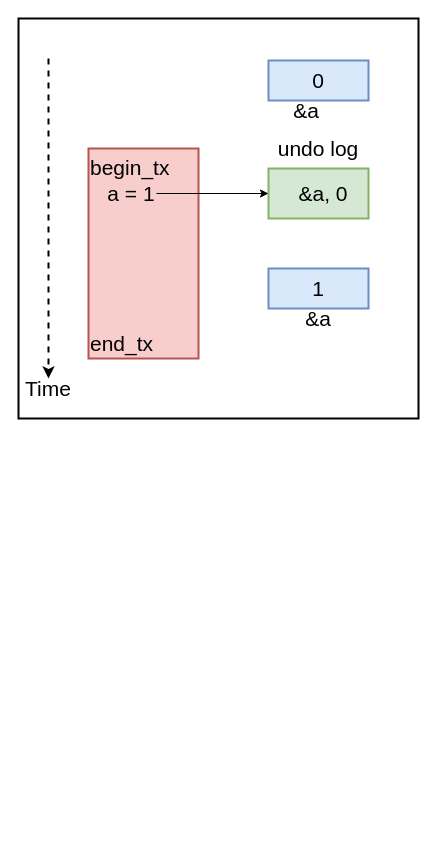
Before: system_diagram.drawio in arunkp1986/CAR3S, a draw.io diagram. Source tidied: cells renumbered, new cells numbered last; positions are measured from the earlier drawing's top-left corner, leaving out a move shared by most shapes. Both pictures are drawn from the tidied source at 100%, with x=0, y=0 at pixel (18, 18).
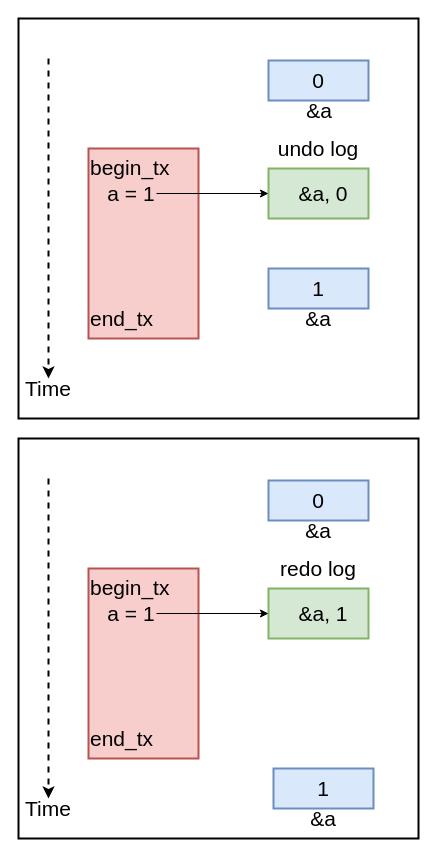
The same page after the edit.

The edit, as a diff of the source:
```diff
@@
-    <mxCell id="4" value="begin_tx&lt;br style=&quot;font-size: 21px&quot;&gt;&amp;nbsp;&lt;br&gt;&lt;br&gt;&lt;br&gt;&lt;br&gt;&lt;br&gt;&lt;br style=&quot;font-size: 21px&quot;&gt;&lt;div&gt;&lt;span&gt;end_tx&lt;/span&gt;&lt;/div&gt;" style="text;html=1;fillColor=#f8cecc;align=left;verticalAlign=top;whiteSpace=wrap;rounded=0;fontSize=21;strokeWidth=2;strokeColor=#b85450;" parent="1" vertex="1">
-      <mxGeometry x="70" y="130" width="110" height="210" as="geometry" />
+    <mxCell id="4" value="begin_tx&lt;br style=&quot;font-size: 21px&quot;&gt;&amp;nbsp;&lt;br&gt;&lt;br&gt;&lt;br&gt;&lt;br&gt;&lt;br&gt;&lt;span&gt;end_tx&lt;/span&gt;" style="text;html=1;fillColor=#f8cecc;align=left;verticalAlign=top;whiteSpace=wrap;rounded=0;fontSize=21;strokeWidth=2;strokeColor=#b85450;" parent="1" vertex="1">
+      <mxGeometry x="70" y="130" width="110" height="190" as="geometry" />
     </mxCell>
     <mxCell id="5" value="&amp;amp;a" style="text;html=1;strokeColor=none;fillColor=none;align=center;verticalAlign=middle;whiteSpace=wrap;rounded=0;fontSize=21;" parent="1" vertex="1">
-      <mxGeometry x="268" y="82" width="40" height="20" as="geometry" />
+      <mxGeometry x="281" y="82" width="40" height="20" as="geometry" />
     </mxCell>
@@
+    <mxCell id="15" style="whiteSpace=wrap;html=1;fontSize=21;strokeWidth=2;align=left;" parent="1" vertex="1">
+      <mxGeometry y="420" width="400" height="400" as="geometry" />
+    </mxCell>
+    <mxCell id="16" style="rounded=0;whiteSpace=wrap;html=1;fillColor=#d5e8d4;strokeColor=#82b366;strokeWidth=2;" parent="1" vertex="1">
+      <mxGeometry x="250" y="570" width="100" height="50" as="geometry" />
+    </mxCell>
+    <mxCell id="17" value="begin_tx&lt;br style=&quot;font-size: 21px&quot;&gt;&amp;nbsp;&lt;br&gt;&lt;br&gt;&lt;br&gt;&lt;br&gt;&lt;br&gt;&lt;span&gt;end_tx&lt;/span&gt;" style="text;html=1;fillColor=#f8cecc;align=left;verticalAlign=top;whiteSpace=wrap;rounded=0;fontSize=21;strokeWidth=2;strokeColor=#b85450;" parent="1" vertex="1">
+      <mxGeometry x="70" y="550" width="110" height="190" as="geometry" />
+    </mxCell>
+    <mxCell id="18" value="&amp;amp;a" style="text;html=1;strokeColor=none;fillColor=none;align=center;verticalAlign=middle;whiteSpace=wrap;rounded=0;fontSize=21;" parent="1" vertex="1">
+      <mxGeometry x="280" y="502" width="40" height="20" as="geometry" />
+    </mxCell>
+    <mxCell id="19" style="endArrow=classic;html=1;fontSize=21;strokeWidth=2;dashed=1;" parent="1" edge="1" target="23">
+      <mxGeometry relative="1" as="geometry">
+        <mxPoint x="30" y="460" as="sourcePoint" />
+      </mxGeometry>
+    </mxCell>
+    <mxCell id="20" value="&amp;amp;a, 1" style="text;html=1;strokeColor=none;fillColor=none;align=center;verticalAlign=middle;whiteSpace=wrap;rounded=0;fontSize=21;" parent="1" vertex="1">
+      <mxGeometry x="250" y="585" width="110" height="20" as="geometry" />
+    </mxCell>
+    <mxCell id="21" value="0" style="rounded=0;whiteSpace=wrap;html=1;fontSize=21;strokeWidth=2;fillColor=#dae8fc;strokeColor=#6c8ebf;" parent="1" vertex="1">
+      <mxGeometry x="250" y="462" width="100" height="40" as="geometry" />
+    </mxCell>
+    <mxCell id="22" value="redo log" style="text;html=1;strokeColor=none;fillColor=none;align=center;verticalAlign=middle;whiteSpace=wrap;rounded=0;fontSize=21;" parent="1" vertex="1">
+      <mxGeometry x="250" y="540" width="100" height="20" as="geometry" />
+    </mxCell>
+    <mxCell id="23" value="Time" style="text;html=1;strokeColor=none;fillColor=none;align=center;verticalAlign=middle;whiteSpace=wrap;rounded=0;fontSize=21;" parent="1" vertex="1">
+      <mxGeometry x="10" y="780" width="40" height="20" as="geometry" />
+    </mxCell>
+    <mxCell id="24" style="edgeStyle=orthogonalEdgeStyle;rounded=0;jettySize=auto;html=1;entryX=0;entryY=0.5;entryDx=0;entryDy=0;fontSize=21;" parent="1" edge="1" source="25" target="20">
+      <mxGeometry relative="1" as="geometry" />
+    </mxCell>
+    <mxCell id="25" value="a = 1" style="text;html=1;strokeColor=none;fillColor=none;align=center;verticalAlign=middle;whiteSpace=wrap;rounded=0;fontSize=21;" parent="1" vertex="1">
+      <mxGeometry x="88" y="585" width="50" height="20" as="geometry" />
+    </mxCell>
+    <mxCell id="26" value="1" style="rounded=0;whiteSpace=wrap;html=1;fontSize=21;fillColor=#dae8fc;strokeColor=#6c8ebf;strokeWidth=2;" parent="1" vertex="1">
+      <mxGeometry x="255" y="750" width="100" height="40" as="geometry" />
+    </mxCell>
+    <mxCell id="27" value="&amp;amp;a" style="text;html=1;strokeColor=none;fillColor=none;align=center;verticalAlign=middle;whiteSpace=wrap;rounded=0;fontSize=21;" parent="1" vertex="1">
+      <mxGeometry x="285" y="790" width="40" height="20" as="geometry" />
+    </mxCell>
```
